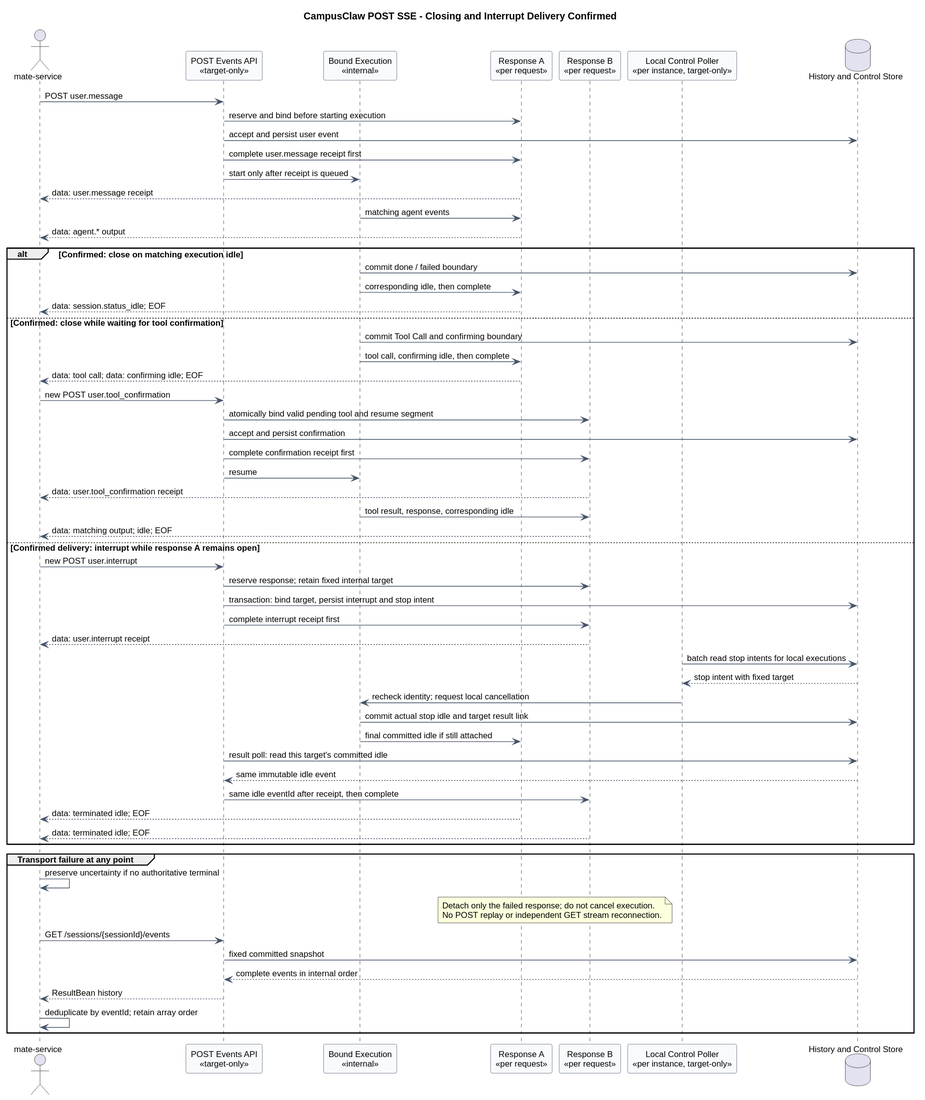
Above: 01-总体架构/01-CampusClaw多Agent运行时/设计图/事件接口重设计/target_session_live_stream_lifecycle.svg in ssm0808/pi-mono-java-design (PlantUML), before the change.
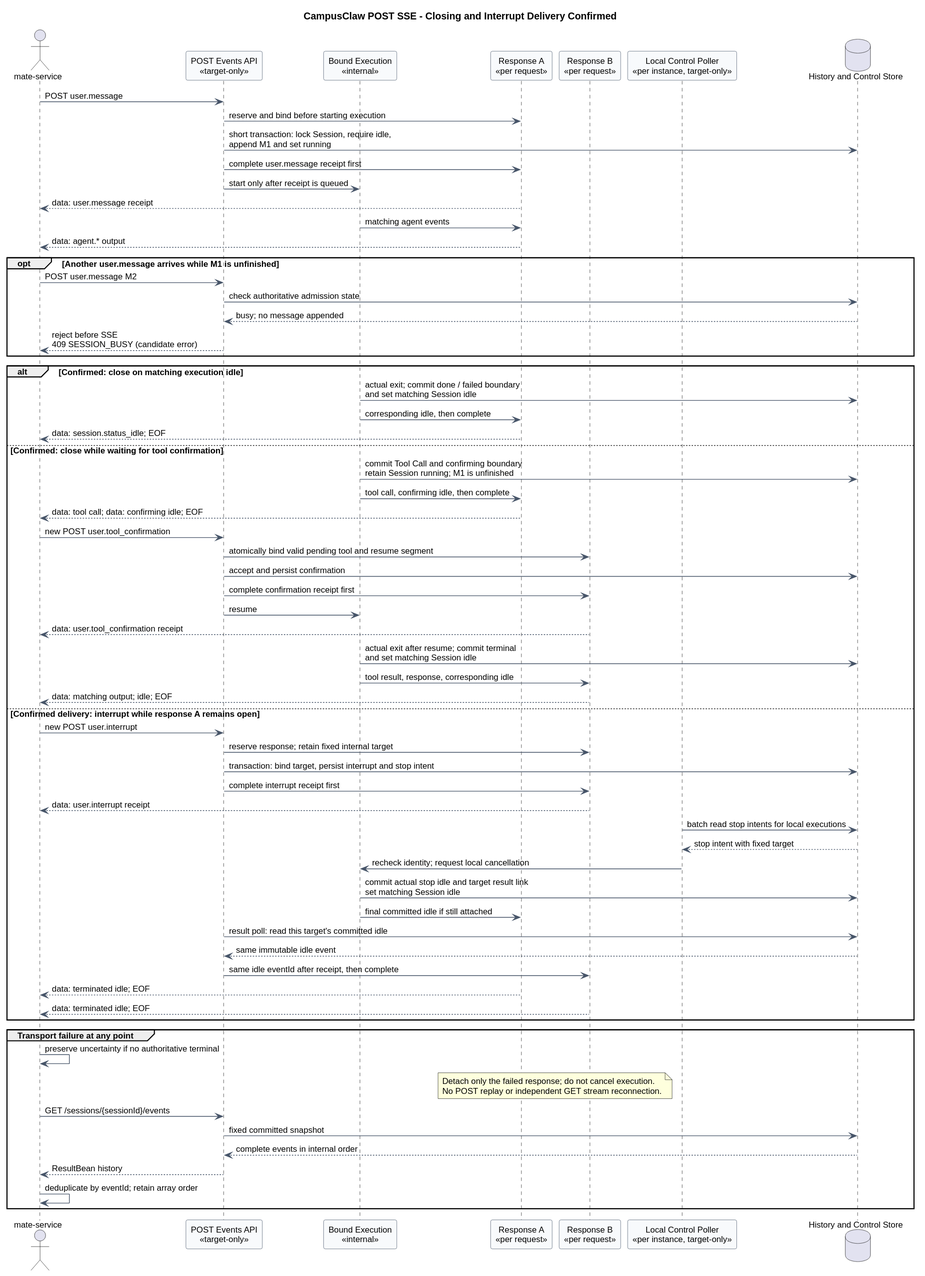
The same file after the commit.

The edit, as a diff of the source:
```diff
@@ -19,19 +19,26 @@
 
 Client -> API : POST user.message
 API -> A : reserve and bind before starting execution
-API -> Store : accept and persist user event
+API -> Store : short transaction: lock Session, require idle,\nappend M1 and set running
 API -> A : complete user.message receipt first
 API -> Execution : start only after receipt is queued
 A --> Client : data: user.message receipt
 Execution -> A : matching agent events
 A --> Client : data: agent.* output
 
+opt Another user.message arrives while M1 is unfinished
+  Client -> API : POST user.message M2
+  API -> Store : check authoritative admission state
+  Store --> API : busy; no message appended
+  API --> Client : reject before SSE\n409 SESSION_BUSY (candidate error)
+end
+
 alt Confirmed: close on matching execution idle
-  Execution -> Store : commit done / failed boundary
+  Execution -> Store : actual exit; commit done / failed boundary\nand set matching Session idle
   Execution -> A : corresponding idle, then complete
   A --> Client : data: session.status_idle; EOF
 else Confirmed: close while waiting for tool confirmation
-  Execution -> Store : commit Tool Call and confirming boundary
+  Execution -> Store : commit Tool Call and confirming boundary\nretain Session running; M1 is unfinished
   Execution -> A : tool call, confirming idle, then complete
   A --> Client : data: tool call; data: confirming idle; EOF
   Client -> API : new POST user.tool_confirmation
@@ -40,6 +47,7 @@
   API -> B : complete confirmation receipt first
   API -> Execution : resume
   B --> Client : data: user.tool_confirmation receipt
+  Execution -> Store : actual exit after resume; commit terminal\nand set matching Session idle
   Execution -> B : tool result, response, corresponding idle
   B --> Client : data: matching output; idle; EOF
 else Confirmed delivery: interrupt while response A remains open
@@ -51,7 +59,7 @@
   Poller -> Store : batch read stop intents for local executions
   Store --> Poller : stop intent with fixed target
   Poller -> Execution : recheck identity; request local cancellation
-  Execution -> Store : commit actual stop idle and target result link
+  Execution -> Store : commit actual stop idle and target result link\nset matching Session idle
   Execution -> A : final committed idle if still attached
   API -> Store : result poll: read this target's committed idle
   Store --> API : same immutable idle event
```
